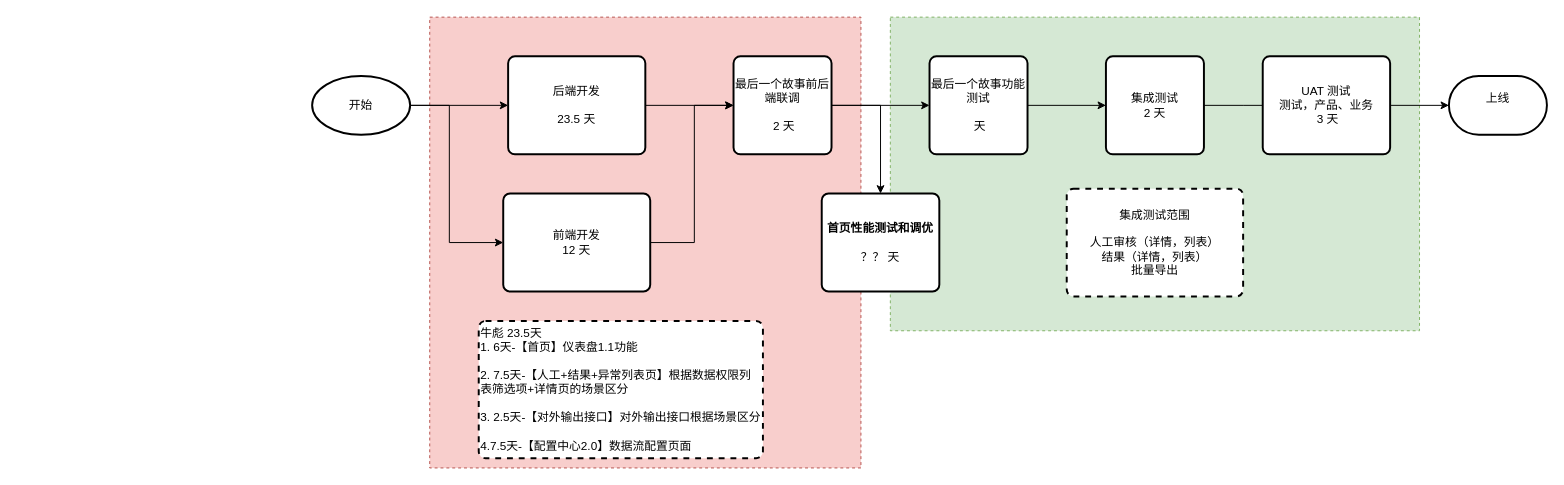
Earlier version of the draw.io diagram page "图像中台S10-关键路径" (5 of 6) of Untitled Diagram.drawio (xiaofeng1986/drawIO). Source tidied: cells renumbered, new cells numbered last; positions are measured from the earlier drawing's top-left corner, leaving out a move shared by most shapes. Both pictures are drawn from the tidied source at 98%, with x=0, y=0 at pixel (18, 17).
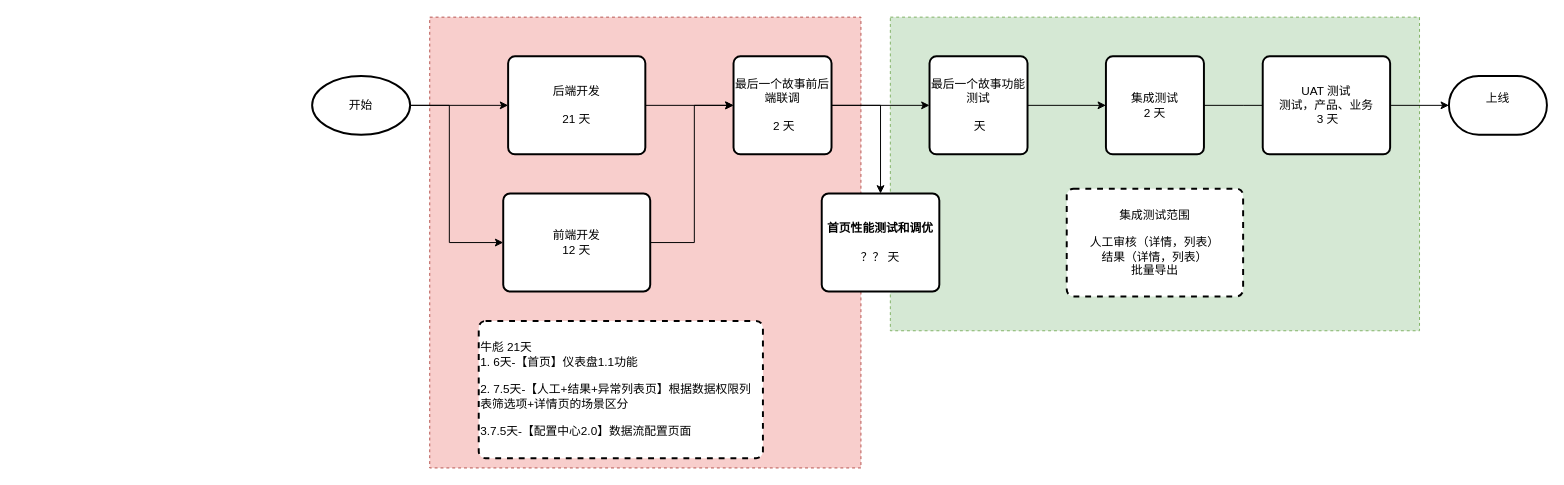
After the change.

What changed in the source:
```diff
@@
-    <mxCell id="6" value="后端开发&lt;br&gt;&lt;br&gt;23.5 天" style="rounded=1;whiteSpace=wrap;html=1;absoluteArcSize=1;arcSize=14;strokeWidth=2;" parent="1" vertex="1">
+    <mxCell id="6" value="后端开发&lt;br&gt;&lt;br&gt;21 天" style="rounded=1;whiteSpace=wrap;html=1;absoluteArcSize=1;arcSize=14;strokeWidth=2;" parent="1" vertex="1">
       <mxGeometry x="500" y="40" width="140" height="100" as="geometry" />
     </mxCell>
@@
-    <mxCell id="25" value="&lt;div&gt;牛彪 23.5天&lt;/div&gt;&lt;div&gt;1. 6天-【首页】仪表盘1.1功能&lt;/div&gt;&lt;div&gt;&lt;br&gt;&lt;/div&gt;&lt;div&gt;2. 7.5天-【人工+结果+异常列表页】根据数据权限列表筛选项+详情页的场景区分&lt;/div&gt;&lt;div&gt;&lt;br&gt;&lt;/div&gt;&lt;div&gt;3. 2.5天-【对外输出接口】对外输出接口根据场景区分&lt;/div&gt;&lt;div&gt;&lt;br&gt;&lt;/div&gt;&lt;div&gt;4.7.5天-【配置中心2.0】数据流配置页面&lt;/div&gt;" style="rounded=1;whiteSpace=wrap;html=1;absoluteArcSize=1;arcSize=14;strokeWidth=2;dashed=1;align=left;" parent="1" vertex="1">
+    <mxCell id="25" value="&lt;div&gt;牛彪 21天&lt;/div&gt;&lt;div&gt;1. 6天-【首页】仪表盘1.1功能&lt;/div&gt;&lt;div&gt;&lt;br&gt;&lt;/div&gt;&lt;div&gt;2. 7.5天-【人工+结果+异常列表页】根据数据权限列表筛选项+详情页的场景区分&lt;/div&gt;&lt;div&gt;&lt;br&gt;&lt;/div&gt;&lt;div&gt;3.7.5天-【配置中心2.0】数据流配置页面&lt;/div&gt;" style="rounded=1;whiteSpace=wrap;html=1;absoluteArcSize=1;arcSize=14;strokeWidth=2;dashed=1;align=left;" parent="1" vertex="1">
       <mxGeometry x="470" y="310" width="290" height="140" as="geometry" />
     </mxCell>
```
